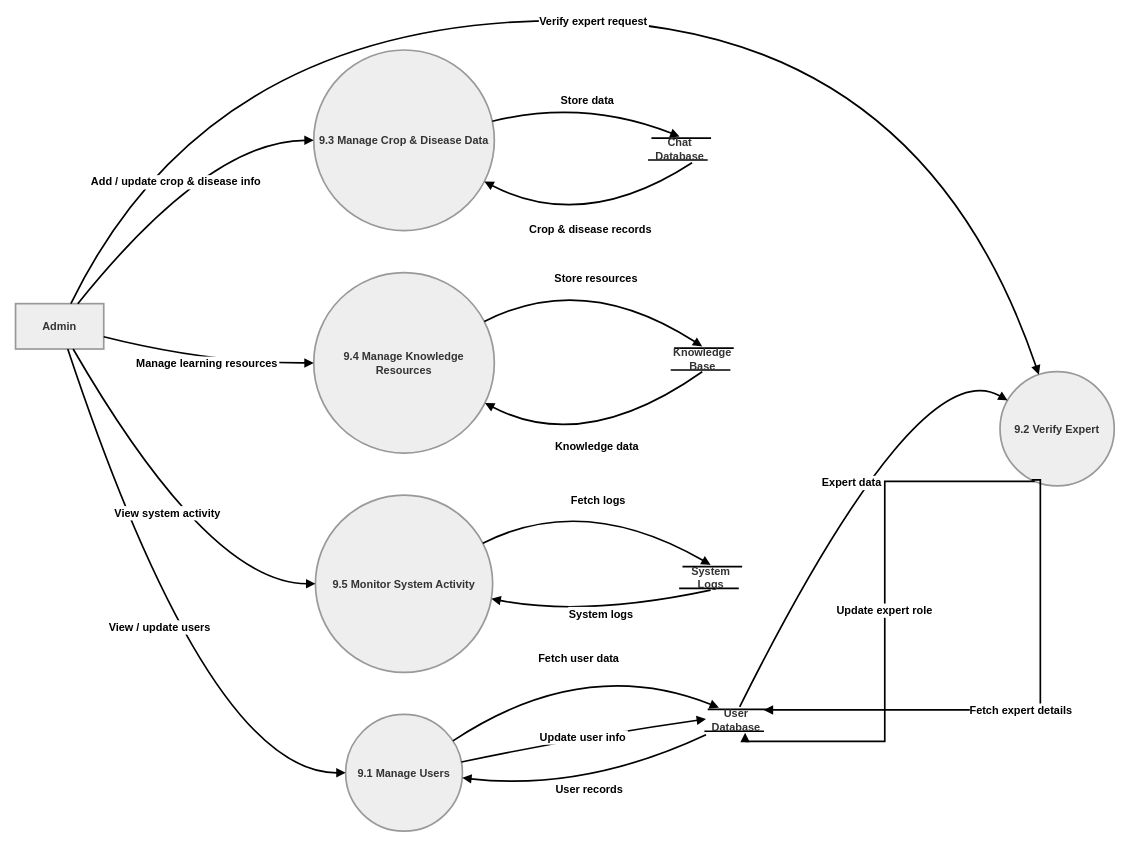
Earlier version of the draw.io diagram Admin Management System (Level 2 DFD).drawio (bidur7745/Drawio-Files). Source tidied: cells renumbered, new cells numbered last; positions are measured from the earlier drawing's top-left corner, leaving out a move shared by most shapes. Both pictures are drawn from the tidied source at 84%, with x=0, y=0 at pixel (15, 20).
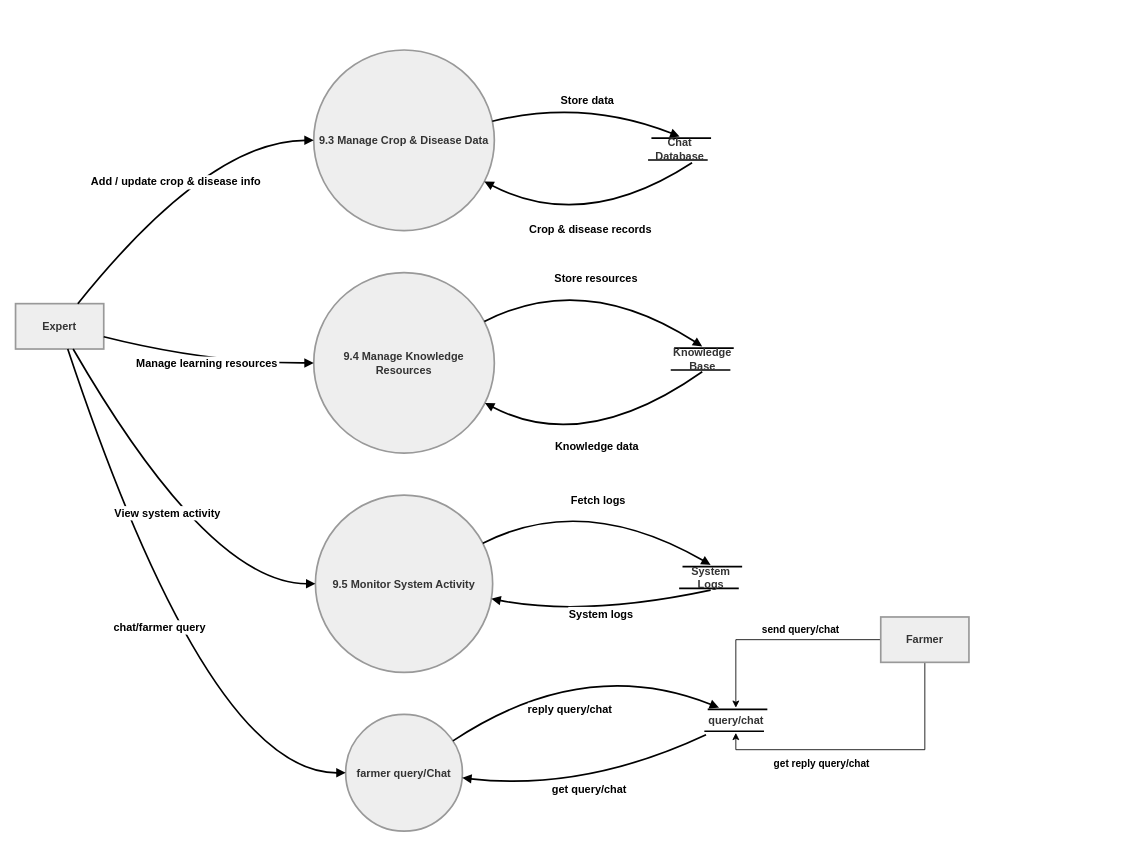
After the change.

The change refers to these unchanged cells:
```xml
<mxCell id="37" style="group;strokeWidth=2;fontStyle=1;fontSize=12;" parent="1" vertex="1">
  <mxGeometry x="820" y="820" width="77.5" height="28" as="geometry" />
</mxCell>
```

Change to the diagram source:
```diff
@@
-    <mxCell id="2" value="Admin" style="whiteSpace=wrap;strokeWidth=2;fillColor=light-dark(#eeeeee,#1f2020);strokeColor=light-dark(#999999,#cccccc);fontColor=light-dark(#333333,#cccccc);fontSize=13;fontStyle=1;" parent="1" vertex="1">
+    <mxCell id="2" value="Expert" style="whiteSpace=wrap;strokeWidth=2;fillColor=light-dark(#eeeeee,#1f2020);strokeColor=light-dark(#999999,#cccccc);fontColor=light-dark(#333333,#cccccc);fontSize=13;fontStyle=1;" parent="1" vertex="1">
       <mxGeometry y="337" width="105" height="54" as="geometry" />
     </mxCell>
-    <mxCell id="3" value="9.1 Manage Users" style="ellipse;strokeWidth=2;whiteSpace=wrap;fillColor=light-dark(#eeeeee,#1f2020);strokeColor=light-dark(#999999,#cccccc);fontColor=light-dark(#333333,#cccccc);fontSize=13;fontStyle=1;" parent="1" vertex="1">
+    <mxCell id="3" value="farmer query/Chat" style="ellipse;strokeWidth=2;whiteSpace=wrap;fillColor=light-dark(#eeeeee,#1f2020);strokeColor=light-dark(#999999,#cccccc);fontColor=light-dark(#333333,#cccccc);fontSize=13;fontStyle=1;" parent="1" vertex="1">
       <mxGeometry x="393" y="826" width="139" height="139" as="geometry" />
     </mxCell>
-    <mxCell id="4" value="9.2 Verify Expert" style="ellipse;strokeWidth=2;whiteSpace=wrap;fillColor=light-dark(#eeeeee,#1f2020);strokeColor=light-dark(#999999,#cccccc);fontColor=light-dark(#333333,#cccccc);fontSize=13;fontStyle=1;" parent="1" vertex="1">
-      <mxGeometry x="1172" y="418" width="136" height="136" as="geometry" />
-    </mxCell>
@@
-    <mxCell id="8" value="View / update users" style="curved=1;startArrow=none;endArrow=block;exitX=0.59;exitY=0.99;entryX=0;entryY=0.5;rounded=0;strokeWidth=2;fontSize=13;fontStyle=1;" parent="1" edge="1" source="2" target="3">
+    <mxCell id="8" value="chat/farmer query" style="curved=1;startArrow=none;endArrow=block;exitX=0.59;exitY=0.99;entryX=0;entryY=0.5;rounded=0;strokeWidth=2;fontSize=13;fontStyle=1;" parent="1" edge="1" source="2" target="3">
       <mxGeometry relative="1" as="geometry">
         <Array as="points">
           <mxPoint x="230" y="896" />
         </Array>
       </mxGeometry>
     </mxCell>
-    <mxCell id="9" value="Fetch user data" style="curved=1;startArrow=none;endArrow=block;exitX=1;exitY=0.17;entryX=0.25;entryY=0;rounded=0;strokeWidth=2;fontSize=13;fontStyle=1;entryDx=0;entryDy=0;" parent="1" edge="1" source="3" target="40">
-      <mxGeometry relative="1" as="geometry">
+    <mxCell id="9" value="reply query/chat" style="curved=1;startArrow=none;endArrow=block;exitX=1;exitY=0.17;entryX=0.25;entryY=0;rounded=0;strokeWidth=2;fontSize=13;fontStyle=1;entryDx=0;entryDy=0;" parent="1" edge="1" source="3" target="40">
+      <mxGeometry x="-0.24" y="-46" relative="1" as="geometry">
         <Array as="points">
           <mxPoint x="677" y="754" />
         </Array>
+        <mxPoint y="-1" as="offset" />
       </mxGeometry>
     </mxCell>
-    <mxCell id="10" value="User records" style="curved=1;startArrow=none;endArrow=block;exitX=0;exitY=0.87;entryX=1;entryY=0.55;rounded=0;strokeWidth=2;fontSize=13;fontStyle=1;" parent="1" edge="1" target="3">
+    <mxCell id="10" value="get query/chat" style="curved=1;startArrow=none;endArrow=block;exitX=0;exitY=0.87;entryX=1;entryY=0.55;rounded=0;strokeWidth=2;fontSize=13;fontStyle=1;" parent="1" edge="1" target="3">
       <mxGeometry relative="1" as="geometry">
         <mxPoint x="822" y="850.2" as="sourcePoint" />
         <Array as="points">
           <mxPoint x="677" y="918" />
         </Array>
       </mxGeometry>
     </mxCell>
-    <mxCell id="11" value="Update user info" style="curved=1;startArrow=none;endArrow=block;exitX=1;exitY=0.4;entryX=0;entryY=0.62;rounded=0;strokeWidth=2;fontSize=13;fontStyle=1;" parent="1" edge="1" source="3">
-      <mxGeometry relative="1" as="geometry">
-        <mxPoint x="822" y="831.5" as="targetPoint" />
-        <Array as="points">
-          <mxPoint x="677" y="852" />
-        </Array>
-      </mxGeometry>
-    </mxCell>
-    <mxCell id="12" value="Verify expert request" style="curved=1;startArrow=none;endArrow=block;exitX=0.63;exitY=-0.01;entryX=0.33;entryY=0;rounded=0;strokeWidth=2;fontSize=13;fontStyle=1;" parent="1" edge="1" source="2" target="4">
-      <mxGeometry relative="1" as="geometry">
-        <Array as="points">
-          <mxPoint x="230" />
-          <mxPoint x="1075" />
-        </Array>
-      </mxGeometry>
-    </mxCell>
-    <mxCell id="13" value="Fetch expert details" style="startArrow=none;endArrow=block;exitX=0.25;exitY=1;entryX=0.915;entryY=0.088;rounded=0;strokeWidth=2;fontSize=13;fontStyle=1;entryDx=0;entryDy=0;entryPerimeter=0;edgeStyle=orthogonalEdgeStyle;" parent="1" edge="1" source="4" target="40">
-      <mxGeometry relative="1" as="geometry">
-        <Array as="points">
-          <mxPoint x="1220" y="547" />
-          <mxPoint x="1220" y="821" />
-        </Array>
-      </mxGeometry>
-    </mxCell>
-    <mxCell id="14" value="Expert data" style="curved=1;startArrow=none;endArrow=block;exitX=0.557;exitY=-0.036;entryX=0;entryY=0.21;rounded=0;strokeWidth=2;fontSize=13;fontStyle=1;exitDx=0;exitDy=0;exitPerimeter=0;" parent="1" edge="1" source="40" target="4">
-      <mxGeometry relative="1" as="geometry">
-        <Array as="points">
-          <mxPoint x="1075" y="391" />
-        </Array>
-      </mxGeometry>
-    </mxCell>
-    <mxCell id="15" value="Update expert role" style="startArrow=none;endArrow=block;exitX=0.28;exitY=1;entryX=0.638;entryY=0.996;rounded=0;strokeWidth=2;fontSize=13;fontStyle=1;entryDx=0;entryDy=0;entryPerimeter=0;edgeStyle=orthogonalEdgeStyle;" parent="1" edge="1" source="4" target="40">
-      <mxGeometry relative="1" as="geometry" />
-    </mxCell>
@@
-    <mxCell id="40" value="&lt;span style=&quot;color: rgb(51, 51, 51); font-size: 13px;&quot;&gt;User Database&lt;/span&gt;" style="text;html=1;whiteSpace=wrap;strokeColor=none;fillColor=none;align=center;verticalAlign=middle;rounded=0;strokeWidth=2;fontStyle=1;fontSize=12;" parent="37" vertex="1">
+    <mxCell id="40" value="&lt;span style=&quot;color: rgb(51, 51, 51); font-size: 13px;&quot;&gt;query/chat&lt;/span&gt;" style="text;html=1;whiteSpace=wrap;strokeColor=none;fillColor=none;align=center;verticalAlign=middle;rounded=0;strokeWidth=2;fontStyle=1;fontSize=12;" parent="37" vertex="1">
       <mxGeometry x="-2.5" y="-2" width="80" height="30" as="geometry" />
     </mxCell>
+    <mxCell id="41" style="edgeStyle=orthogonalEdgeStyle;rounded=0;jettySize=auto;html=1;entryX=0.5;entryY=0;entryDx=0;entryDy=0;" parent="1" edge="1" source="43" target="40">
+      <mxGeometry relative="1" as="geometry" />
+    </mxCell>
+    <mxCell id="42" style="edgeStyle=orthogonalEdgeStyle;rounded=0;jettySize=auto;html=1;exitX=0.5;exitY=1;exitDx=0;exitDy=0;entryX=0.5;entryY=1;entryDx=0;entryDy=0;" parent="1" edge="1" source="43" target="40">
+      <mxGeometry relative="1" as="geometry" />
+    </mxCell>
+    <mxCell id="43" value="Farmer" style="whiteSpace=wrap;strokeWidth=2;fillColor=light-dark(#eeeeee,#1f2020);strokeColor=light-dark(#999999,#cccccc);fontColor=light-dark(#333333,#cccccc);fontSize=13;fontStyle=1;" parent="1" vertex="1">
+      <mxGeometry x="1030" y="710" width="105" height="54" as="geometry" />
+    </mxCell>
+    <mxCell id="44" value="&lt;b&gt;send query/chat&lt;/b&gt;" style="text;html=1;whiteSpace=wrap;strokeColor=none;fillColor=none;align=center;verticalAlign=middle;rounded=0;" parent="1" vertex="1">
+      <mxGeometry x="880" y="710" width="110" height="30" as="geometry" />
+    </mxCell>
+    <mxCell id="45" value="&lt;b&gt;get reply query/chat&lt;/b&gt;" style="text;html=1;whiteSpace=wrap;strokeColor=none;fillColor=none;align=center;verticalAlign=middle;rounded=0;" parent="1" vertex="1">
+      <mxGeometry x="900" y="870" width="120" height="30" as="geometry" />
+    </mxCell>
```
